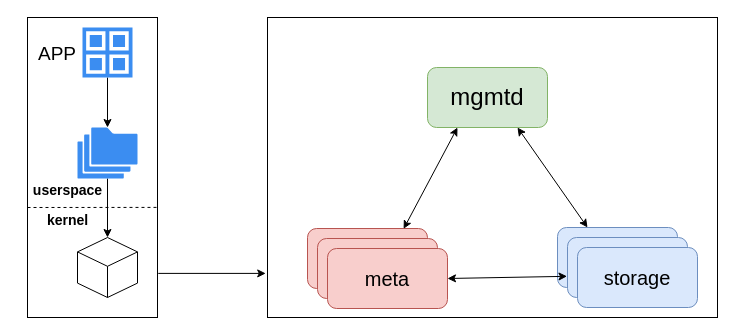
Before: pfs.drawio in koka-go/blogs, a draw.io diagram. Source tidied: cells renumbered, new cells numbered last; positions are measured from the earlier drawing's top-left corner, leaving out a move shared by most shapes. Both pictures are drawn from the tidied source at 100%, with x=0, y=0 at pixel (17, 17).
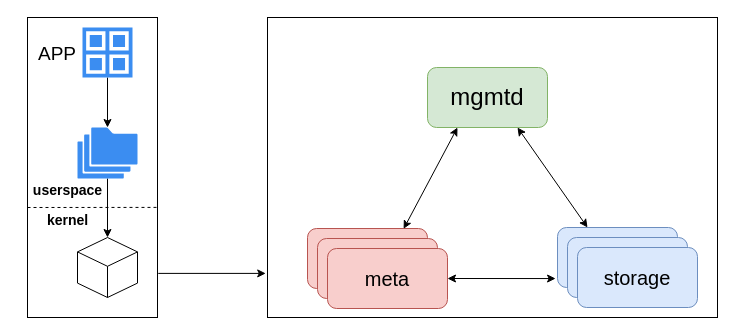
The same diagram, later.

The change refers to these unchanged cells:
```xml
<mxCell id="11" style="rounded=1;whiteSpace=wrap;html=1;fillColor=#dae8fc;strokeColor=#6c8ebf;" parent="1" vertex="1">
  <mxGeometry x="540" y="210" width="120" height="60" as="geometry" />
</mxCell>
<mxCell id="12" style="rounded=1;whiteSpace=wrap;html=1;fillColor=#dae8fc;strokeColor=#6c8ebf;" parent="1" vertex="1">
  <mxGeometry x="550" y="220" width="120" height="60" as="geometry" />
</mxCell>
<mxCell id="15" value="&lt;font style=&quot;font-size: 20px&quot;&gt;meta&lt;/font&gt;" style="rounded=1;whiteSpace=wrap;html=1;fillColor=#f8cecc;strokeColor=#b85450;" parent="1" vertex="1">
  <mxGeometry x="310" y="231" width="120" height="60" as="geometry" />
</mxCell>
```

Change to the diagram source:
```diff
@@
-    <mxCell id="23" style="endArrow=classic;startArrow=classic;html=1;rounded=0;fontSize=20;exitX=-0.004;exitY=0.647;exitDx=0;exitDy=0;entryX=1;entryY=0.5;entryDx=0;entryDy=0;exitPerimeter=0;" parent="1" edge="1" source="12" target="15">
+    <mxCell id="23" style="endArrow=classic;startArrow=classic;html=1;rounded=0;fontSize=20;exitX=-0.016;exitY=0.851;exitDx=0;exitDy=0;entryX=1;entryY=0.5;entryDx=0;entryDy=0;exitPerimeter=0;" parent="1" edge="1" source="11" target="15">
       <mxGeometry relative="1" as="geometry" />
     </mxCell>
```
